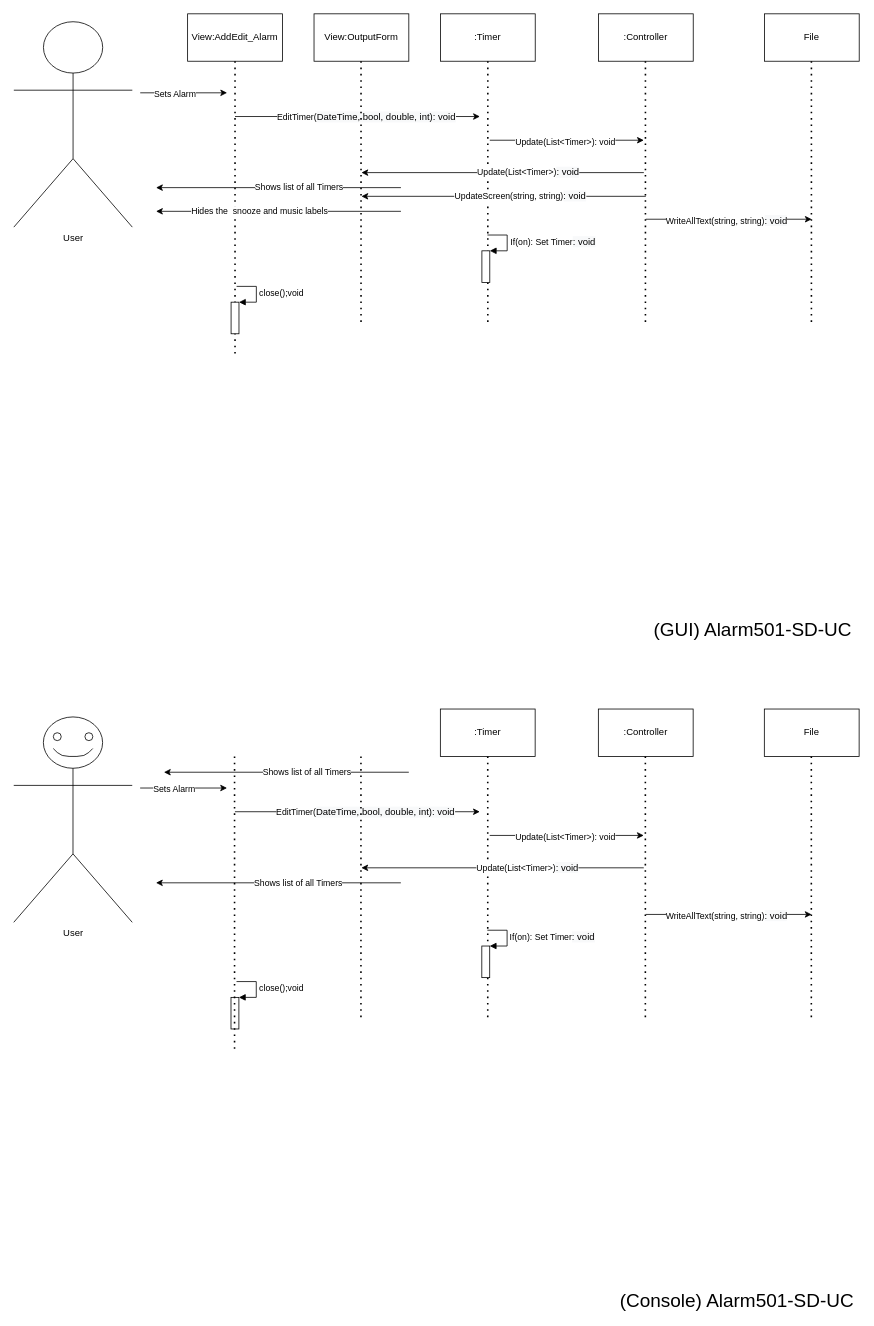
Earlier version of the draw.io diagram page "Page-2" (2 of 2) of Alarm-Project 3.drawio (Rosebaugh/CS501). Source tidied: cells renumbered, new cells numbered last; positions are measured from the earlier drawing's top-left corner, leaving out a move shared by most shapes. Both pictures are drawn from the tidied source at 79%, with x=0, y=0 at pixel (13, 13).
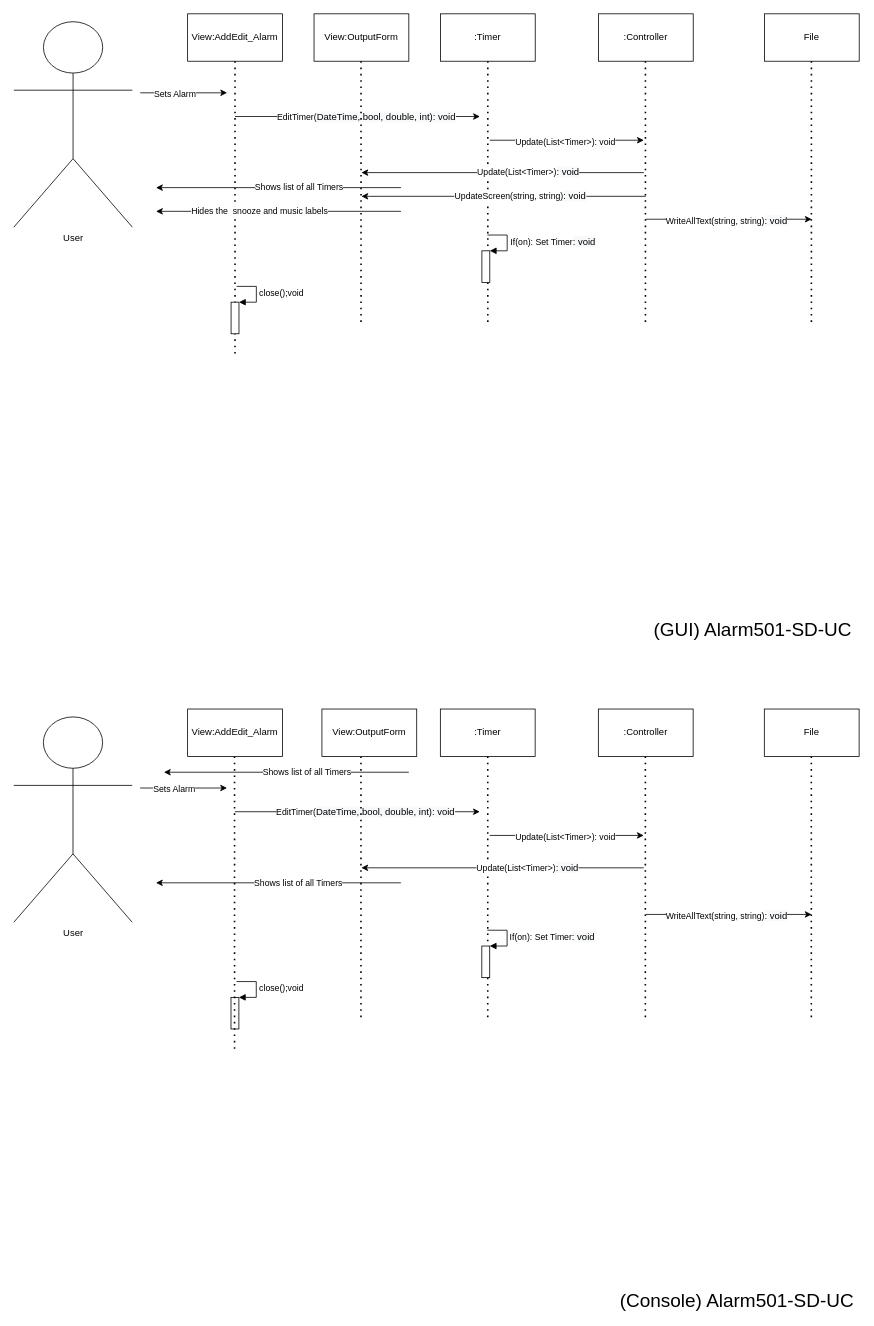
The same diagram, later.

The edit, as a diff of the source:
```diff
@@
-    <mxCell id="62" style="ellipse;whiteSpace=wrap;html=1;" parent="1" vertex="1">
-      <mxGeometry x="50" y="910" width="10" height="10" as="geometry" />
-    </mxCell>
-    <mxCell id="63" style="ellipse;whiteSpace=wrap;html=1;" parent="1" vertex="1">
-      <mxGeometry x="90" y="910" width="10" height="10" as="geometry" />
-    </mxCell>
-    <mxCell id="64" style="endArrow=none;html=1;" parent="1" edge="1">
-      <mxGeometry relative="1" as="geometry">
-        <mxPoint x="99.9" y="930" as="sourcePoint" />
-        <mxPoint x="49.9" y="930" as="targetPoint" />
-        <Array as="points">
-          <mxPoint x="89.9" y="940" />
-          <mxPoint x="60" y="940" />
-        </Array>
-      </mxGeometry>
-    </mxCell>
+    <mxCell id="65" value="View:OutputForm" style="rounded=0;whiteSpace=wrap;html=1;" parent="1" vertex="1">
+      <mxGeometry x="390" y="880" width="120" height="60" as="geometry" />
+    </mxCell>
+    <mxCell id="66" value="View:AddEdit_Alarm" style="rounded=0;whiteSpace=wrap;html=1;" parent="1" vertex="1">
+      <mxGeometry x="220" y="880" width="120" height="60" as="geometry" />
+    </mxCell>
```
